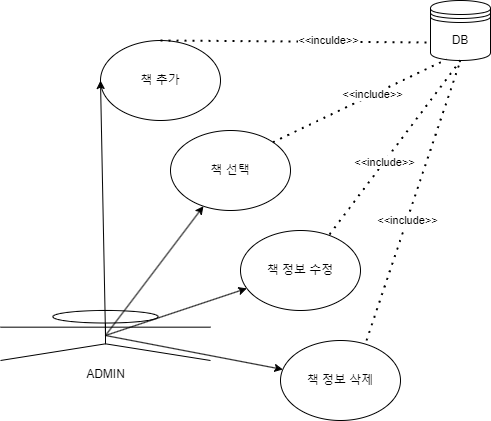
This is bookDB/도서관리 use-case.png from junHyeokP/DataBase_Connection, a draw.io export, as it was before one commit. Source tidied: cells renumbered, new cells last; positions are measured from the earlier drawing's top-left corner, leaving out a move shared by most shapes.
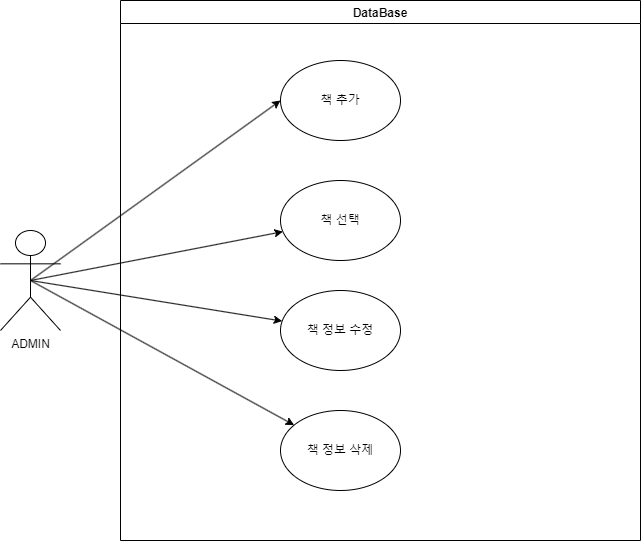
Later version of the same file.

Commit message:
도서관리 use-case.png 업데이트

Diff of the diagram source:
```diff
@@ -3,62 +3,34 @@
     <mxCell id="0" />
     <mxCell id="1" parent="0" />
     <mxCell id="2" value="책 추가" style="ellipse;whiteSpace=wrap;html=1;" parent="1" vertex="1">
-      <mxGeometry x="100" y="40" width="120" height="80" as="geometry" />
+      <mxGeometry x="320" y="110" width="120" height="80" as="geometry" />
     </mxCell>
     <mxCell id="3" value="ADMIN" style="shape=umlActor;verticalLabelPosition=bottom;verticalAlign=top;html=1;outlineConnect=0;" parent="1" vertex="1">
-      <mxGeometry y="310" width="210" height="50" as="geometry" />
+      <mxGeometry x="40" y="280" width="60" height="100" as="geometry" />
     </mxCell>
     <mxCell id="4" style="endArrow=classic;html=1;rounded=0;exitX=0.5;exitY=0.5;exitDx=0;exitDy=0;exitPerimeter=0;entryX=0;entryY=0.5;entryDx=0;entryDy=0;" parent="1" edge="1" source="3" target="2">
       <mxGeometry relative="1" as="geometry" />
     </mxCell>
-    <mxCell id="5" value="DB" style="shape=datastore;whiteSpace=wrap;html=1;" parent="1" vertex="1">
-      <mxGeometry x="430" width="60" height="60" as="geometry" />
-    </mxCell>
-    <mxCell id="6" style="endArrow=none;dashed=1;html=1;dashPattern=1 3;strokeWidth=2;rounded=0;exitX=0.5;exitY=0;exitDx=0;exitDy=0;entryX=0;entryY=0.7;entryDx=0;entryDy=0;" parent="1" edge="1" source="2" target="5">
-      <mxGeometry relative="1" as="geometry" />
-    </mxCell>
-    <mxCell id="7" value="&amp;lt;&amp;lt;inculde&amp;gt;&amp;gt;" style="edgeLabel;html=1;align=center;verticalAlign=middle;" parent="6" vertex="1">
-      <mxGeometry x="0.23" y="2" relative="1" as="geometry" />
-    </mxCell>
     <mxCell id="8" style="endArrow=classic;html=1;rounded=0;exitX=0.5;exitY=0.5;exitDx=0;exitDy=0;exitPerimeter=0;" parent="1" edge="1" source="3" target="9">
       <mxGeometry relative="1" as="geometry" />
     </mxCell>
     <mxCell id="9" value="책 정보 수정" style="ellipse;whiteSpace=wrap;html=1;" parent="1" vertex="1">
-      <mxGeometry x="240" y="230" width="120" height="80" as="geometry" />
+      <mxGeometry x="320" y="340" width="120" height="80" as="geometry" />
     </mxCell>
     <mxCell id="10" style="endArrow=classic;html=1;rounded=0;exitX=0.5;exitY=0.5;exitDx=0;exitDy=0;exitPerimeter=0;" parent="1" edge="1" source="3" target="11">
       <mxGeometry relative="1" as="geometry" />
     </mxCell>
     <mxCell id="11" value="책 선택" style="ellipse;whiteSpace=wrap;html=1;" parent="1" vertex="1">
-      <mxGeometry x="170" y="130" width="120" height="80" as="geometry" />
+      <mxGeometry x="320" y="230" width="120" height="80" as="geometry" />
     </mxCell>
-    <mxCell id="12" style="endArrow=none;dashed=1;html=1;dashPattern=1 3;strokeWidth=2;rounded=0;exitX=1;exitY=0;exitDx=0;exitDy=0;entryX=0.267;entryY=0.983;entryDx=0;entryDy=0;entryPerimeter=0;" parent="1" edge="1" source="11" target="5">
-      <mxGeometry relative="1" as="geometry" />
-    </mxCell>
-    <mxCell id="13" value="&amp;lt;&amp;lt;include&amp;gt;&amp;gt;" style="edgeLabel;html=1;align=center;verticalAlign=middle;" parent="12" vertex="1">
-      <mxGeometry x="0.14" y="1" relative="1" as="geometry" />
-    </mxCell>
     <mxCell id="14" style="endArrow=classic;html=1;rounded=0;exitX=0.5;exitY=0.5;exitDx=0;exitDy=0;exitPerimeter=0;" parent="1" edge="1" source="3" target="15">
       <mxGeometry relative="1" as="geometry" />
     </mxCell>
     <mxCell id="15" value="책 정보 삭제" style="ellipse;whiteSpace=wrap;html=1;" parent="1" vertex="1">
-      <mxGeometry x="280" y="340" width="120" height="80" as="geometry" />
+      <mxGeometry x="320" y="460" width="120" height="80" as="geometry" />
     </mxCell>
-    <mxCell id="16" style="endArrow=none;dashed=1;html=1;dashPattern=1 3;strokeWidth=2;rounded=0;exitX=0.742;exitY=0.05;exitDx=0;exitDy=0;exitPerimeter=0;entryX=0.5;entryY=1;entryDx=0;entryDy=0;" parent="1" edge="1" source="9" target="5">
-      <mxGeometry relative="1" as="geometry" />
-    </mxCell>
-    <mxCell id="17" value="&amp;lt;&amp;lt;include&amp;gt;&amp;gt;" style="edgeLabel;html=1;align=center;verticalAlign=middle;" parent="16" vertex="1">
-      <mxGeometry x="-0.17" y="-1" relative="1" as="geometry">
-        <mxPoint x="-1" as="offset" />
-      </mxGeometry>
-    </mxCell>
-    <mxCell id="18" style="endArrow=none;dashed=1;html=1;dashPattern=1 3;strokeWidth=2;rounded=0;exitX=0.717;exitY=0;exitDx=0;exitDy=0;exitPerimeter=0;entryX=0.5;entryY=1;entryDx=0;entryDy=0;" parent="1" edge="1" source="15" target="5">
-      <mxGeometry relative="1" as="geometry" />
-    </mxCell>
-    <mxCell id="19" value="&amp;lt;&amp;lt;include&amp;gt;&amp;gt;" style="edgeLabel;html=1;align=center;verticalAlign=middle;" parent="18" vertex="1">
-      <mxGeometry x="-0.14" y="1" relative="1" as="geometry">
-        <mxPoint x="1" as="offset" />
-      </mxGeometry>
-    </mxCell>
+    <mxCell id="20" value="DataBase" style="swimlane;" parent="1" vertex="1">
+      <mxGeometry x="160" y="50" width="520" height="540" as="geometry" />
+    </mxCell>
   </root>
 </mxGraphModel>
```
